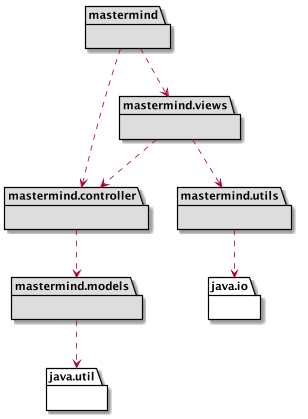
This is docs/images/MasterMindArquitecture.png from TheMercuryBeat/MasterMind, a PlantUML export, as it was before one commit. Source of this version:
```plantuml
@startuml

    package mastermind #DDDDDD { }
    package mastermind.models #DDDDDD { }
    package mastermind.controller #DDDDDD{ }
    package mastermind.views #DDDDDD { }
    package mastermind.utils #DDDDDD { }
    package java.util{ }
    package java.io{ }

    mastermind .down.> mastermind.controller
    mastermind .down.> mastermind.views
    mastermind.controller .down.> mastermind.models
    mastermind.views .down.> mastermind.controller
    mastermind.views .down.> mastermind.utils
    mastermind.models .down.> java.util
    mastermind.utils .down.> java.io

@enduml
```
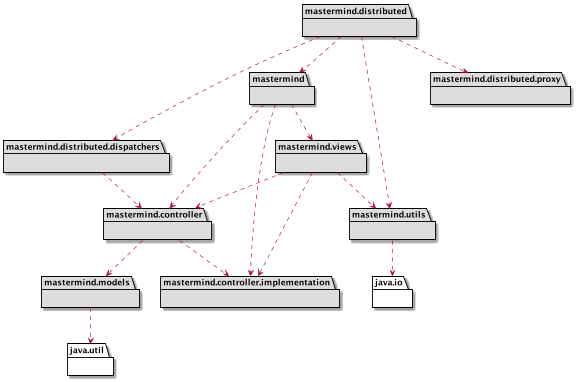
Above is the later version.

Commit message:
[uml] Update uml diagrams

What changed in the source:
```diff
@@ -3,15 +3,28 @@
     package mastermind #DDDDDD { }
     package mastermind.models #DDDDDD { }
     package mastermind.controller #DDDDDD{ }
+    package mastermind.controller.implementation #DDDDDD{ }
+    package mastermind.distributed #DDDDDD{ }
+    package mastermind.distributed.proxy #DDDDDD{ }
+    package mastermind.distributed.dispatchers #DDDDDD{ }
     package mastermind.views #DDDDDD { }
     package mastermind.utils #DDDDDD { }
     package java.util{ }
     package java.io{ }
 
     mastermind .down.> mastermind.controller
+    mastermind .down.> mastermind.controller.implementation
     mastermind .down.> mastermind.views
+
     mastermind.controller .down.> mastermind.models
+    mastermind.controller .down.> mastermind.controller.implementation
+    mastermind.distributed .down.> mastermind.distributed.proxy
+    mastermind.distributed .down.> mastermind.distributed.dispatchers
+    mastermind.distributed .down.> mastermind
+    mastermind.distributed .down.> mastermind.utils
+    mastermind.distributed.dispatchers .down.> mastermind.controller
     mastermind.views .down.> mastermind.controller
+    mastermind.views .down.> mastermind.controller.implementation
     mastermind.views .down.> mastermind.utils
     mastermind.models .down.> java.util
     mastermind.utils .down.> java.io
```
